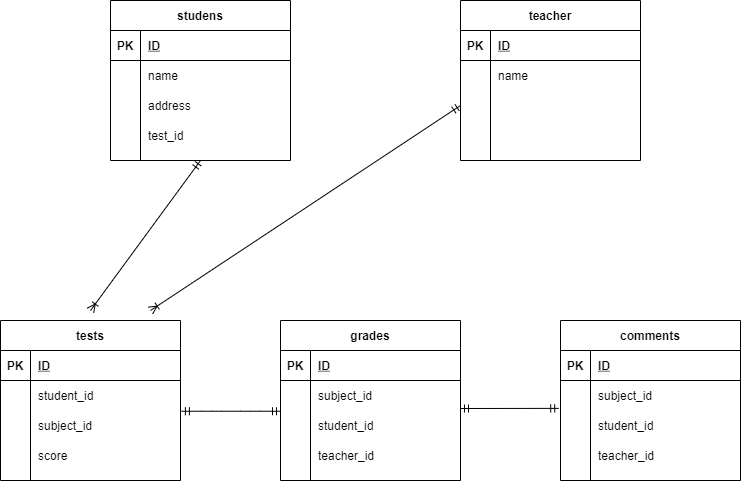
The draw.io diagram index.drawio.png in Riko-15/DB, before a commit. Source tidied: cells renumbered, new cells last; positions are measured from the earlier drawing's top-left corner, leaving out a move shared by most shapes.
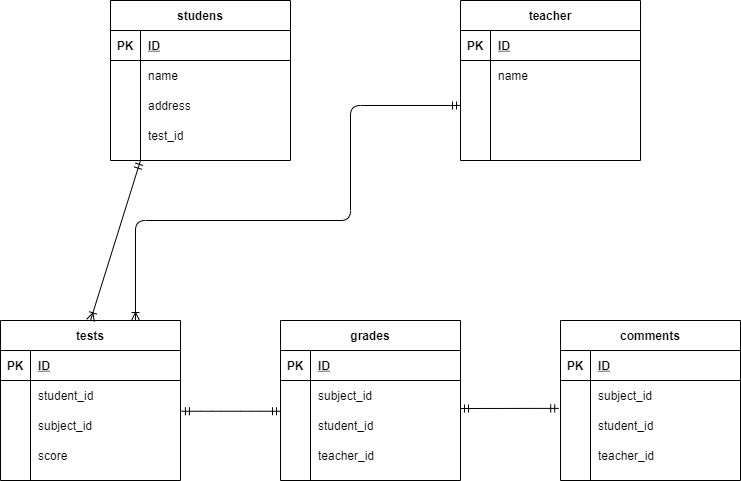
The same diagram one commit later.

What changed in the source:
```diff
@@ -197,9 +197,9 @@
     <mxCell id="66" value="teacher_id" style="shape=partialRectangle;fillColor=none;top=0;left=0;bottom=0;right=0;align=left;spacingLeft=6;overflow=hidden;" parent="64" vertex="1">
       <mxGeometry x="30" width="150" height="30" as="geometry" />
     </mxCell>
-    <mxCell id="67" style="fontSize=12;html=1;endArrow=ERoneToMany;startArrow=ERmandOne;exitX=0.5;exitY=1;exitDx=0;exitDy=0;" parent="1" edge="1" source="2">
+    <mxCell id="67" style="fontSize=12;html=1;endArrow=ERoneToMany;startArrow=ERmandOne;entryX=0.5;entryY=0;entryDx=0;entryDy=0;" parent="1" edge="1" target="41">
       <mxGeometry relative="1" as="geometry">
-        <mxPoint x="90" y="310" as="targetPoint" />
+        <mxPoint x="140" y="160" as="sourcePoint" />
       </mxGeometry>
     </mxCell>
     <mxCell id="68" style="fontSize=12;html=1;endArrow=ERmandOne;startArrow=ERmandOne;entryX=-0.01;entryY=0.929;entryDx=0;entryDy=0;entryPerimeter=0;" parent="1" edge="1" target="32">
@@ -207,9 +207,13 @@
         <mxPoint x="460" y="408" as="sourcePoint" />
       </mxGeometry>
     </mxCell>
-    <mxCell id="69" style="fontSize=12;html=1;endArrow=ERoneToMany;startArrow=ERmandOne;exitX=0;exitY=0.5;exitDx=0;exitDy=0;" parent="1" edge="1" source="22">
+    <mxCell id="69" style="fontSize=12;html=1;endArrow=ERoneToMany;startArrow=ERmandOne;exitX=0;exitY=0.5;exitDx=0;exitDy=0;entryX=0.75;entryY=0;entryDx=0;entryDy=0;edgeStyle=orthogonalEdgeStyle;" parent="1" edge="1" source="22" target="41">
       <mxGeometry relative="1" as="geometry">
-        <mxPoint x="150" y="310" as="targetPoint" />
+        <Array as="points">
+          <mxPoint x="350" y="105" />
+          <mxPoint x="350" y="220" />
+          <mxPoint x="135" y="220" />
+        </Array>
       </mxGeometry>
     </mxCell>
     <mxCell id="70" style="edgeStyle=entityRelationEdgeStyle;fontSize=12;html=1;endArrow=ERmandOne;startArrow=ERmandOne;exitX=1.005;exitY=0.025;exitDx=0;exitDy=0;exitPerimeter=0;entryX=0;entryY=0.025;entryDx=0;entryDy=0;entryPerimeter=0;" parent="1" edge="1" source="48" target="61">
```
